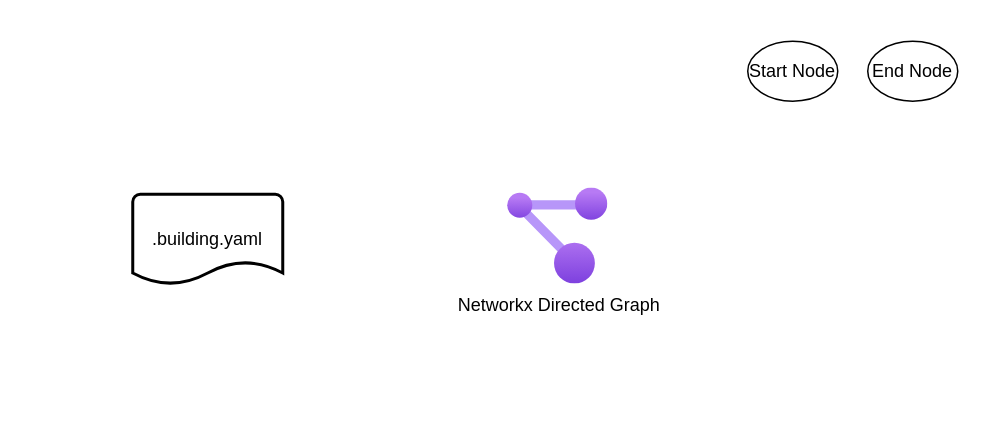
The draw.io diagram presentation/warehouse_planning.drawio in marijnderijk/rmf_traffic_editor_warehouse, before the edit. Source tidied: cells renumbered, new cells numbered last; positions are measured from the earlier drawing's top-left corner, leaving out a move shared by most shapes. Both pictures are drawn from the tidied source at 150%, with x=0, y=0 at pixel (132, 40). Pictures stored in the file or linked from it are replaced by grey dashed boxes.
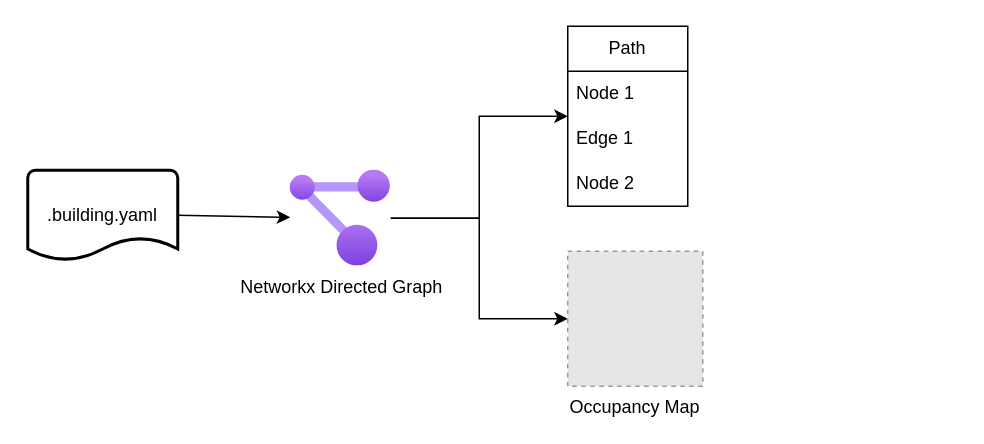
The same page after the edit.

What changed in the source:
```diff
@@
 <mxGraphModel>
   <root>
     <mxCell id="0" />
     <mxCell id="1" parent="0" />
     <mxCell id="2" value=".building.yaml" style="strokeWidth=2;html=1;shape=mxgraph.flowchart.document2;whiteSpace=wrap;size=0.25;" parent="1" vertex="1">
-      <mxGeometry y="102" width="100" height="60" as="geometry" />
+      <mxGeometry x="-70" y="86" width="100" height="60" as="geometry" />
     </mxCell>
-    <mxCell id="3" value="&lt;div&gt;Start Node&lt;/div&gt;" style="ellipse;whiteSpace=wrap;html=1;" parent="1" vertex="1">
-      <mxGeometry x="410" width="60" height="40" as="geometry" />
-    </mxCell>
-    <mxCell id="4" value="&lt;div&gt;End Node&lt;/div&gt;" style="ellipse;whiteSpace=wrap;html=1;" parent="1" vertex="1">
-      <mxGeometry x="490" width="60" height="40" as="geometry" />
-    </mxCell>
+    <mxCell id="6" style="edgeStyle=orthogonalEdgeStyle;rounded=0;jettySize=auto;html=1;" parent="1" edge="1" source="5" target="9">
+      <mxGeometry relative="1" as="geometry" />
+    </mxCell>
+    <mxCell id="7" style="edgeStyle=orthogonalEdgeStyle;rounded=0;jettySize=auto;html=1;" parent="1" edge="1" source="5" target="13">
+      <mxGeometry relative="1" as="geometry" />
+    </mxCell>
     <mxCell id="5" value="Networkx Directed Graph" style="image;html=1;points=[];align=center;fontSize=12;image=img/lib/azure2/management_governance/Resource_Graph_Explorer.svg;" parent="1" vertex="1">
-      <mxGeometry x="250" y="98" width="67" height="64" as="geometry" />
+      <mxGeometry x="105" y="86" width="67" height="64" as="geometry" />
     </mxCell>
+    <mxCell id="8" style="endArrow=classic;html=1;rounded=0;exitX=1;exitY=0.5;exitDx=0;exitDy=0;exitPerimeter=0;" parent="1" edge="1" source="2" target="5">
+      <mxGeometry relative="1" as="geometry" />
+    </mxCell>
+    <mxCell id="9" value="Path" style="swimlane;fontStyle=0;horizontal=1;startSize=30;whiteSpace=wrap;html=1;" parent="1" vertex="1">
+      <mxGeometry x="290" y="-10" width="80" height="120" as="geometry" />
+    </mxCell>
+    <mxCell id="10" value="Node 1" style="text;strokeColor=none;fillColor=none;align=left;verticalAlign=middle;spacingLeft=4;spacingRight=4;overflow=hidden;whiteSpace=wrap;html=1;" parent="9" vertex="1">
+      <mxGeometry y="30" width="80" height="30" as="geometry" />
+    </mxCell>
+    <mxCell id="11" value="Edge 1" style="text;strokeColor=none;fillColor=none;align=left;verticalAlign=middle;spacingLeft=4;spacingRight=4;overflow=hidden;whiteSpace=wrap;html=1;" parent="9" vertex="1">
+      <mxGeometry y="60" width="80" height="30" as="geometry" />
+    </mxCell>
+    <mxCell id="12" value="Node 2" style="text;strokeColor=none;fillColor=none;align=left;verticalAlign=middle;spacingLeft=4;spacingRight=4;overflow=hidden;whiteSpace=wrap;html=1;" parent="9" vertex="1">
+      <mxGeometry y="90" width="80" height="30" as="geometry" />
+    </mxCell>
+    <mxCell id="13" value="Occupancy Map" style="fillColor=#E6E6E6;strokeColor=#999999;dashed=1;verticalLabelPosition=bottom;labelBackgroundColor=default;verticalAlign=top;" parent="1" vertex="1">
+      <mxGeometry x="290" y="140" width="90" height="90" as="geometry" />
+    </mxCell>
   </root>
 </mxGraphModel>
```
